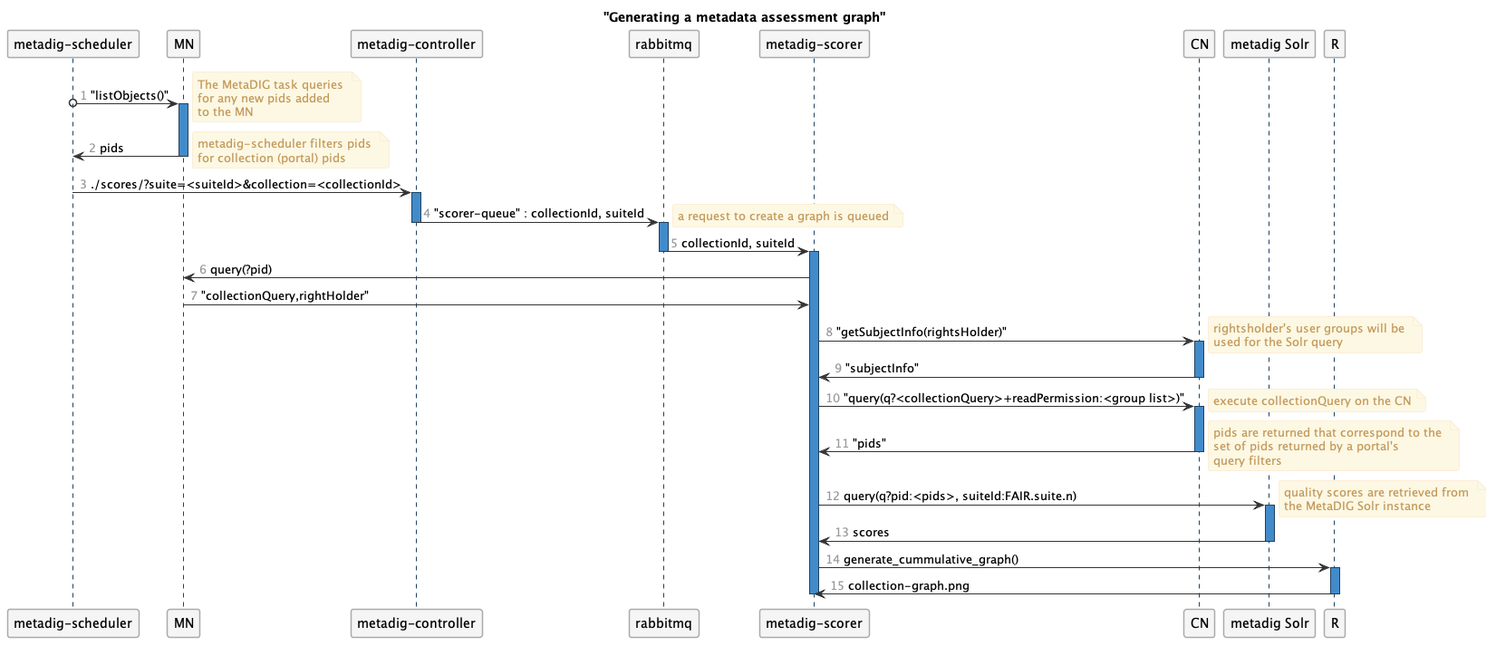
Earlier version of the PlantUML export docs/images/generate-metadata-assessment-graph.png (NCEAS/metadig-engine). The source it was exported from:
```plantuml
@startuml images/generate-metadata-assessment-graph.png
skinparam shadowing false
skinparam roundcorner 5
skinparam linetype ortho

skinparam sequence {
  ArrowColor #1F4260
  LifeLineBorderColor #1F4260
  LifeLineBackgroundColor #428BCA
  ParticipantBorderColor #AAAAAA
  ParticipantBackgroundColor #F5F5F5
  ActorBackgroundColor #DDDDDD
  ActorBorderColor #333333
}

skinparam noteFontColor #C49858
skinparam note {
  BackgroundColor #FCF8E4
  BorderColor #FCEED6
}

skinparam class {
  BackgroundColor #F5F5F5
  BorderColor #333333
  ArrowColor #333333
}

skinparam packageFontColor #9DA0A4
skinparam package {
  BorderColor #CCCCCC
}

skinparam component {
    BackgroundColor #F5F5F5
    BorderColor #333333
    Style uml2
}

skinparam interface {
    BackgroundColor #F5F5F5
    BorderColor #333333
}

autonumber "<font color=999999>"
title "Generating a metadata assessment graph"
participant "metadig-scheduler"
participant MN
participant "metadig-controller"
participant "rabbitmq"
participant "metadig-scorer"
participant CN
participant "metadig Solr"
participant R

"metadig-scheduler"  o-> MN : "listObjects()"

note right
    The MetaDIG task queries
    for any new pids added
    to the MN
end note

activate MN
    MN -> "metadig-scheduler" : pids

    note right
        metadig-scheduler filters pids
        for collection (portal) pids
    end note
deactivate MN

"metadig-scheduler" -> "metadig-controller" : ./scores/?suite=<suiteId>&collection=<collectionId>
activate "metadig-controller"

"metadig-controller" -> rabbitmq : "scorer-queue" : collectionId, suiteId
deactivate "metadig-controller"
activate rabbitmq
    note right
        a request to create a graph is queued
    end note

rabbitmq -> "metadig-scorer" : collectionId, suiteId
deactivate rabbitmq
activate "metadig-scorer"

"metadig-scorer" -> MN : query(?pid)
MN -> "metadig-scorer" : "collectionQuery,rightHolder"

"metadig-scorer" -> CN : "getSubjectInfo(rightsHolder)"

activate CN
    note right
        rightsholder's user groups will be
        used for the Solr query
    end note
    CN -> "metadig-scorer" : "subjectInfo"
deactivate CN

"metadig-scorer" -> CN : "query(q?<collectionQuery>+readPermission:<group list>)"

note right
    execute collectionQuery on the CN
end note

activate CN

CN -> "metadig-scorer" : "pids"
note right
    pids are returned that correspond to the
    set of pids returned by a portal's
    query filters
end note

deactivate CN

"metadig-scorer" -> "metadig Solr" : query(q?pid:<pids>, suiteId:FAIR.suite.n)
activate "metadig Solr"

note right
    quality scores are retrieved from
    the MetaDIG Solr instance
end note

"metadig Solr" -> "metadig-scorer" : scores
deactivate "metadig Solr"

"metadig-scorer" -> R : generate_cummulative_graph()

activate R
R -> "metadig-scorer" : collection-graph.png
deactivate "metadig-scorer"
deactivate R

@enduml
```
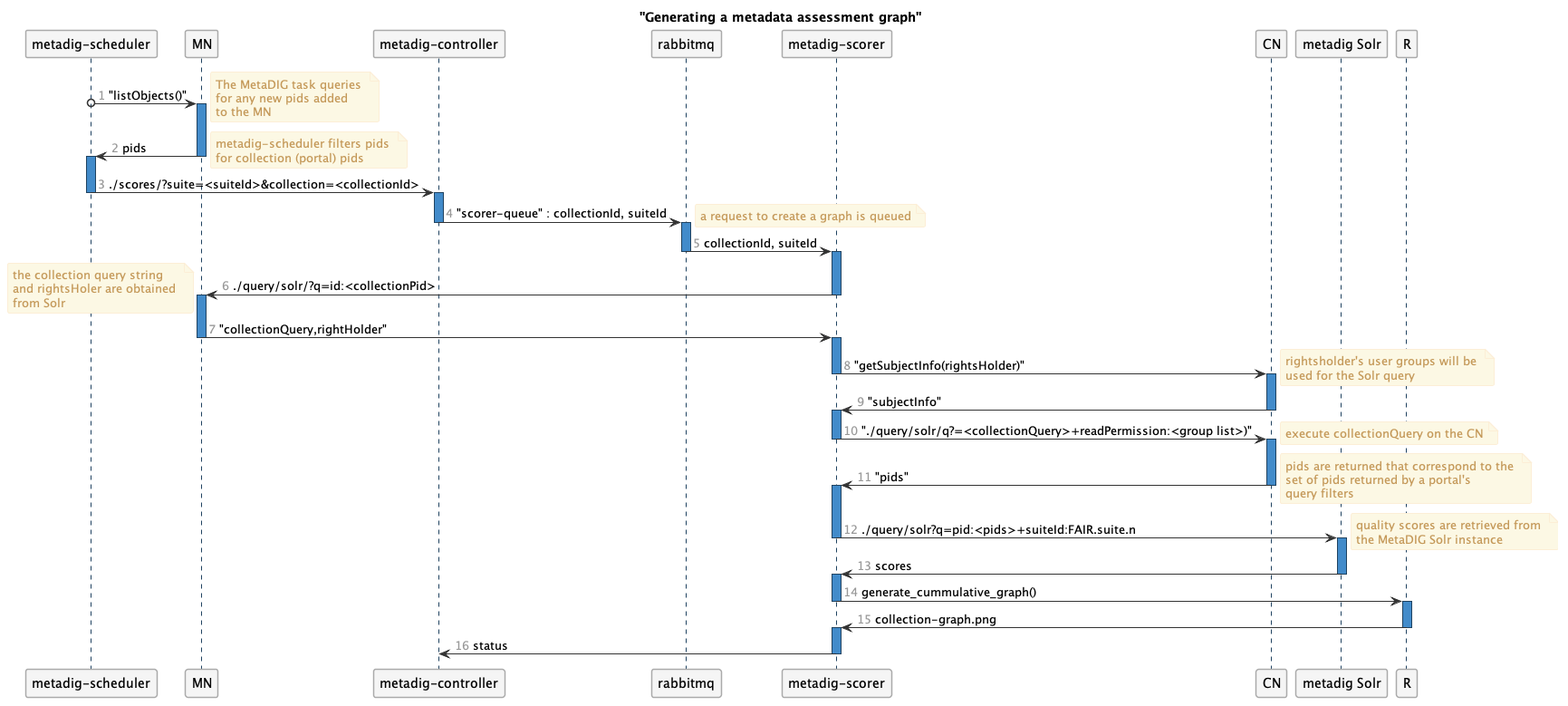
The same file after the commit.

Commit message:
Fix activity bars

Diff of the diagram source:
```diff
@@ -53,27 +53,30 @@
 participant R
 
 "metadig-scheduler"  o-> MN : "listObjects()"
-
-note right
-    The MetaDIG task queries
-    for any new pids added
-    to the MN
-end note
-
-activate MN
+    note right
+        The MetaDIG task queries
+        for any new pids added
+        to the MN
+    end note
+    activate MN
     MN -> "metadig-scheduler" : pids
+    deactivate MN
+    activate "metadig-scheduler"
 
     note right
-        metadig-scheduler filters pids
-        for collection (portal) pids
+            metadig-scheduler filters pids
+            for collection (portal) pids
     end note
-deactivate MN
+
 
 "metadig-scheduler" -> "metadig-controller" : ./scores/?suite=<suiteId>&collection=<collectionId>
+deactivate "metadig-scheduler"
+
 activate "metadig-controller"
 
 "metadig-controller" -> rabbitmq : "scorer-queue" : collectionId, suiteId
 deactivate "metadig-controller"
+
 activate rabbitmq
     note right
         a request to create a graph is queued
@@ -81,12 +84,24 @@
 
 rabbitmq -> "metadig-scorer" : collectionId, suiteId
 deactivate rabbitmq
+
+activate "metadig-scorer"
+"metadig-scorer" -> MN : ./query/solr/?q=id:<collectionPid>
+note left
+    the collection query string
+    and rightsHoler are obtained
+    from Solr
+end note
+
+deactivate "metadig-scorer"
+activate "MN"
+
+MN -> "metadig-scorer" : "collectionQuery,rightHolder"
+deactivate MN
 activate "metadig-scorer"
 
-"metadig-scorer" -> MN : query(?pid)
-MN -> "metadig-scorer" : "collectionQuery,rightHolder"
-
 "metadig-scorer" -> CN : "getSubjectInfo(rightsHolder)"
+deactivate "metadig-scorer"
 
 activate CN
     note right
@@ -95,8 +110,9 @@
     end note
     CN -> "metadig-scorer" : "subjectInfo"
 deactivate CN
-
-"metadig-scorer" -> CN : "query(q?<collectionQuery>+readPermission:<group list>)"
+activate "metadig-scorer"
+"metadig-scorer" -> CN : "./query/solr/q?=<collectionQuery>+readPermission:<group list>)"
+deactivate "metadig-scorer"
 
 note right
     execute collectionQuery on the CN
@@ -105,15 +121,19 @@
 activate CN
 
 CN -> "metadig-scorer" : "pids"
+deactivate CN
+activate "metadig-scorer"
+
+
 note right
     pids are returned that correspond to the
     set of pids returned by a portal's
     query filters
 end note
 
-deactivate CN
+"metadig-scorer" -> "metadig Solr" : ./query/solr?q=pid:<pids>+suiteId:FAIR.suite.n
+deactivate "metadig-scorer"
 
-"metadig-scorer" -> "metadig Solr" : query(q?pid:<pids>, suiteId:FAIR.suite.n)
 activate "metadig Solr"
 
 note right
@@ -123,12 +143,17 @@
 
 "metadig Solr" -> "metadig-scorer" : scores
 deactivate "metadig Solr"
+activate "metadig-scorer"
 
 "metadig-scorer" -> R : generate_cummulative_graph()
+deactivate "metadig-scorer"
 
 activate R
 R -> "metadig-scorer" : collection-graph.png
+deactivate R
+activate "metadig-scorer"
+
+"metadig-scorer" -> "metadig-controller" : status
 deactivate "metadig-scorer"
-deactivate R
 
 @enduml
```
